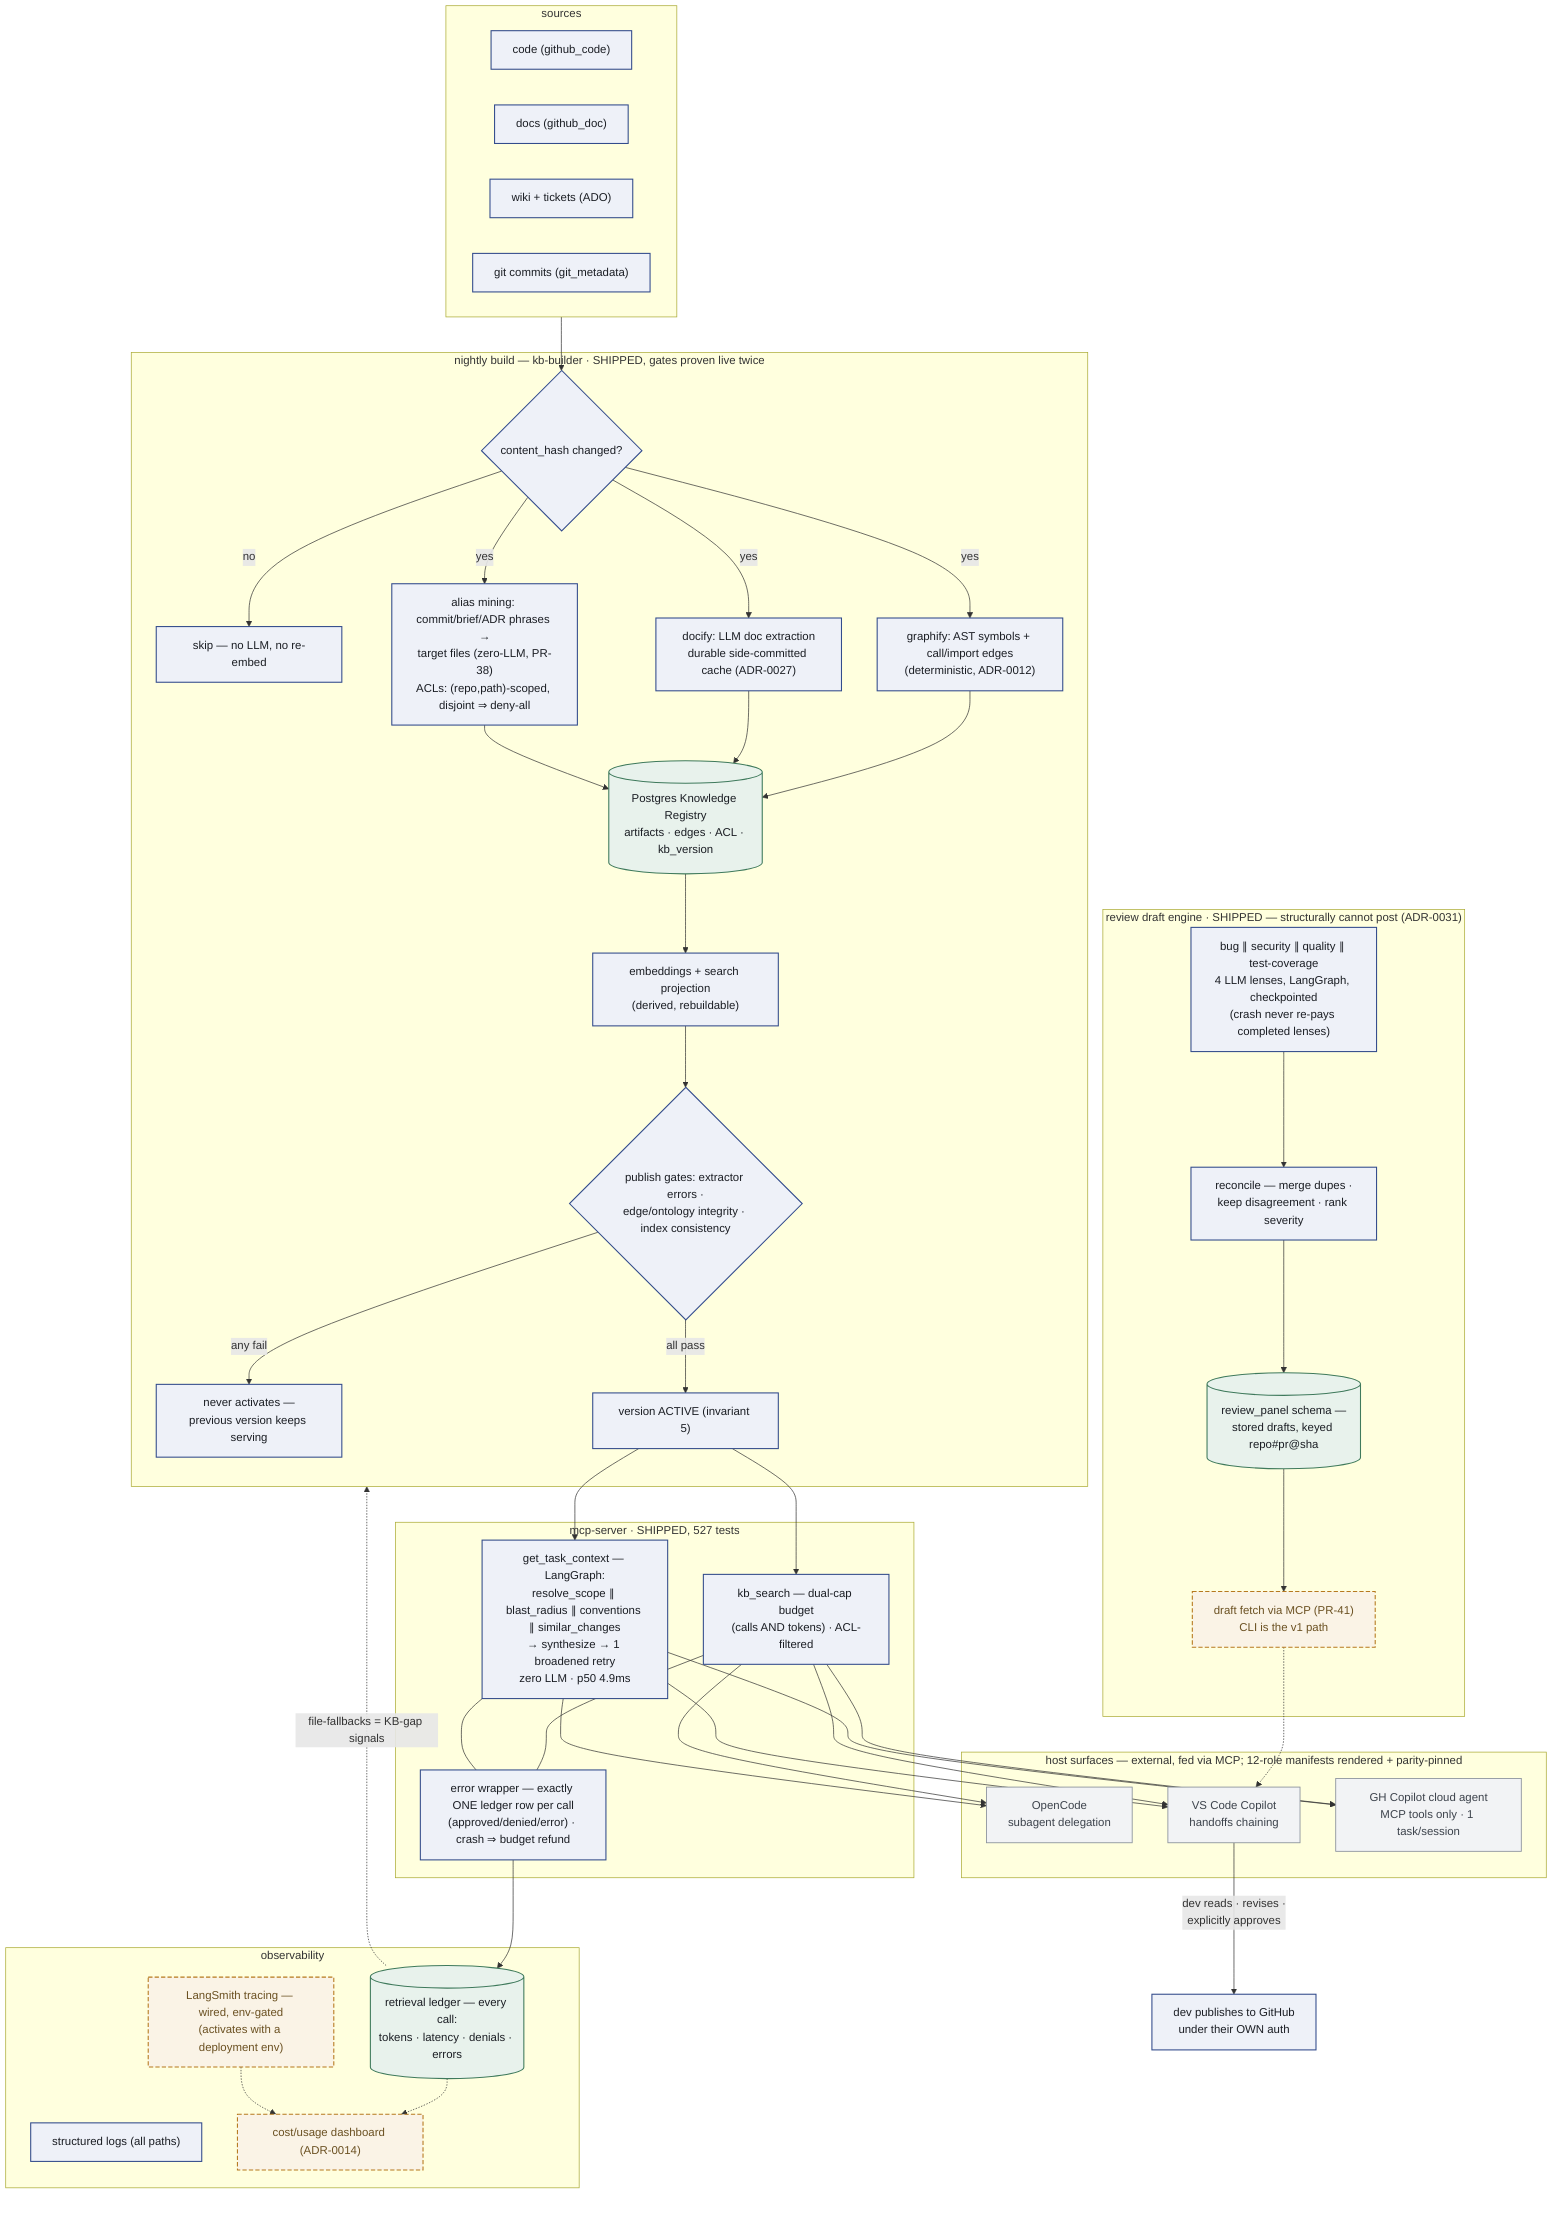
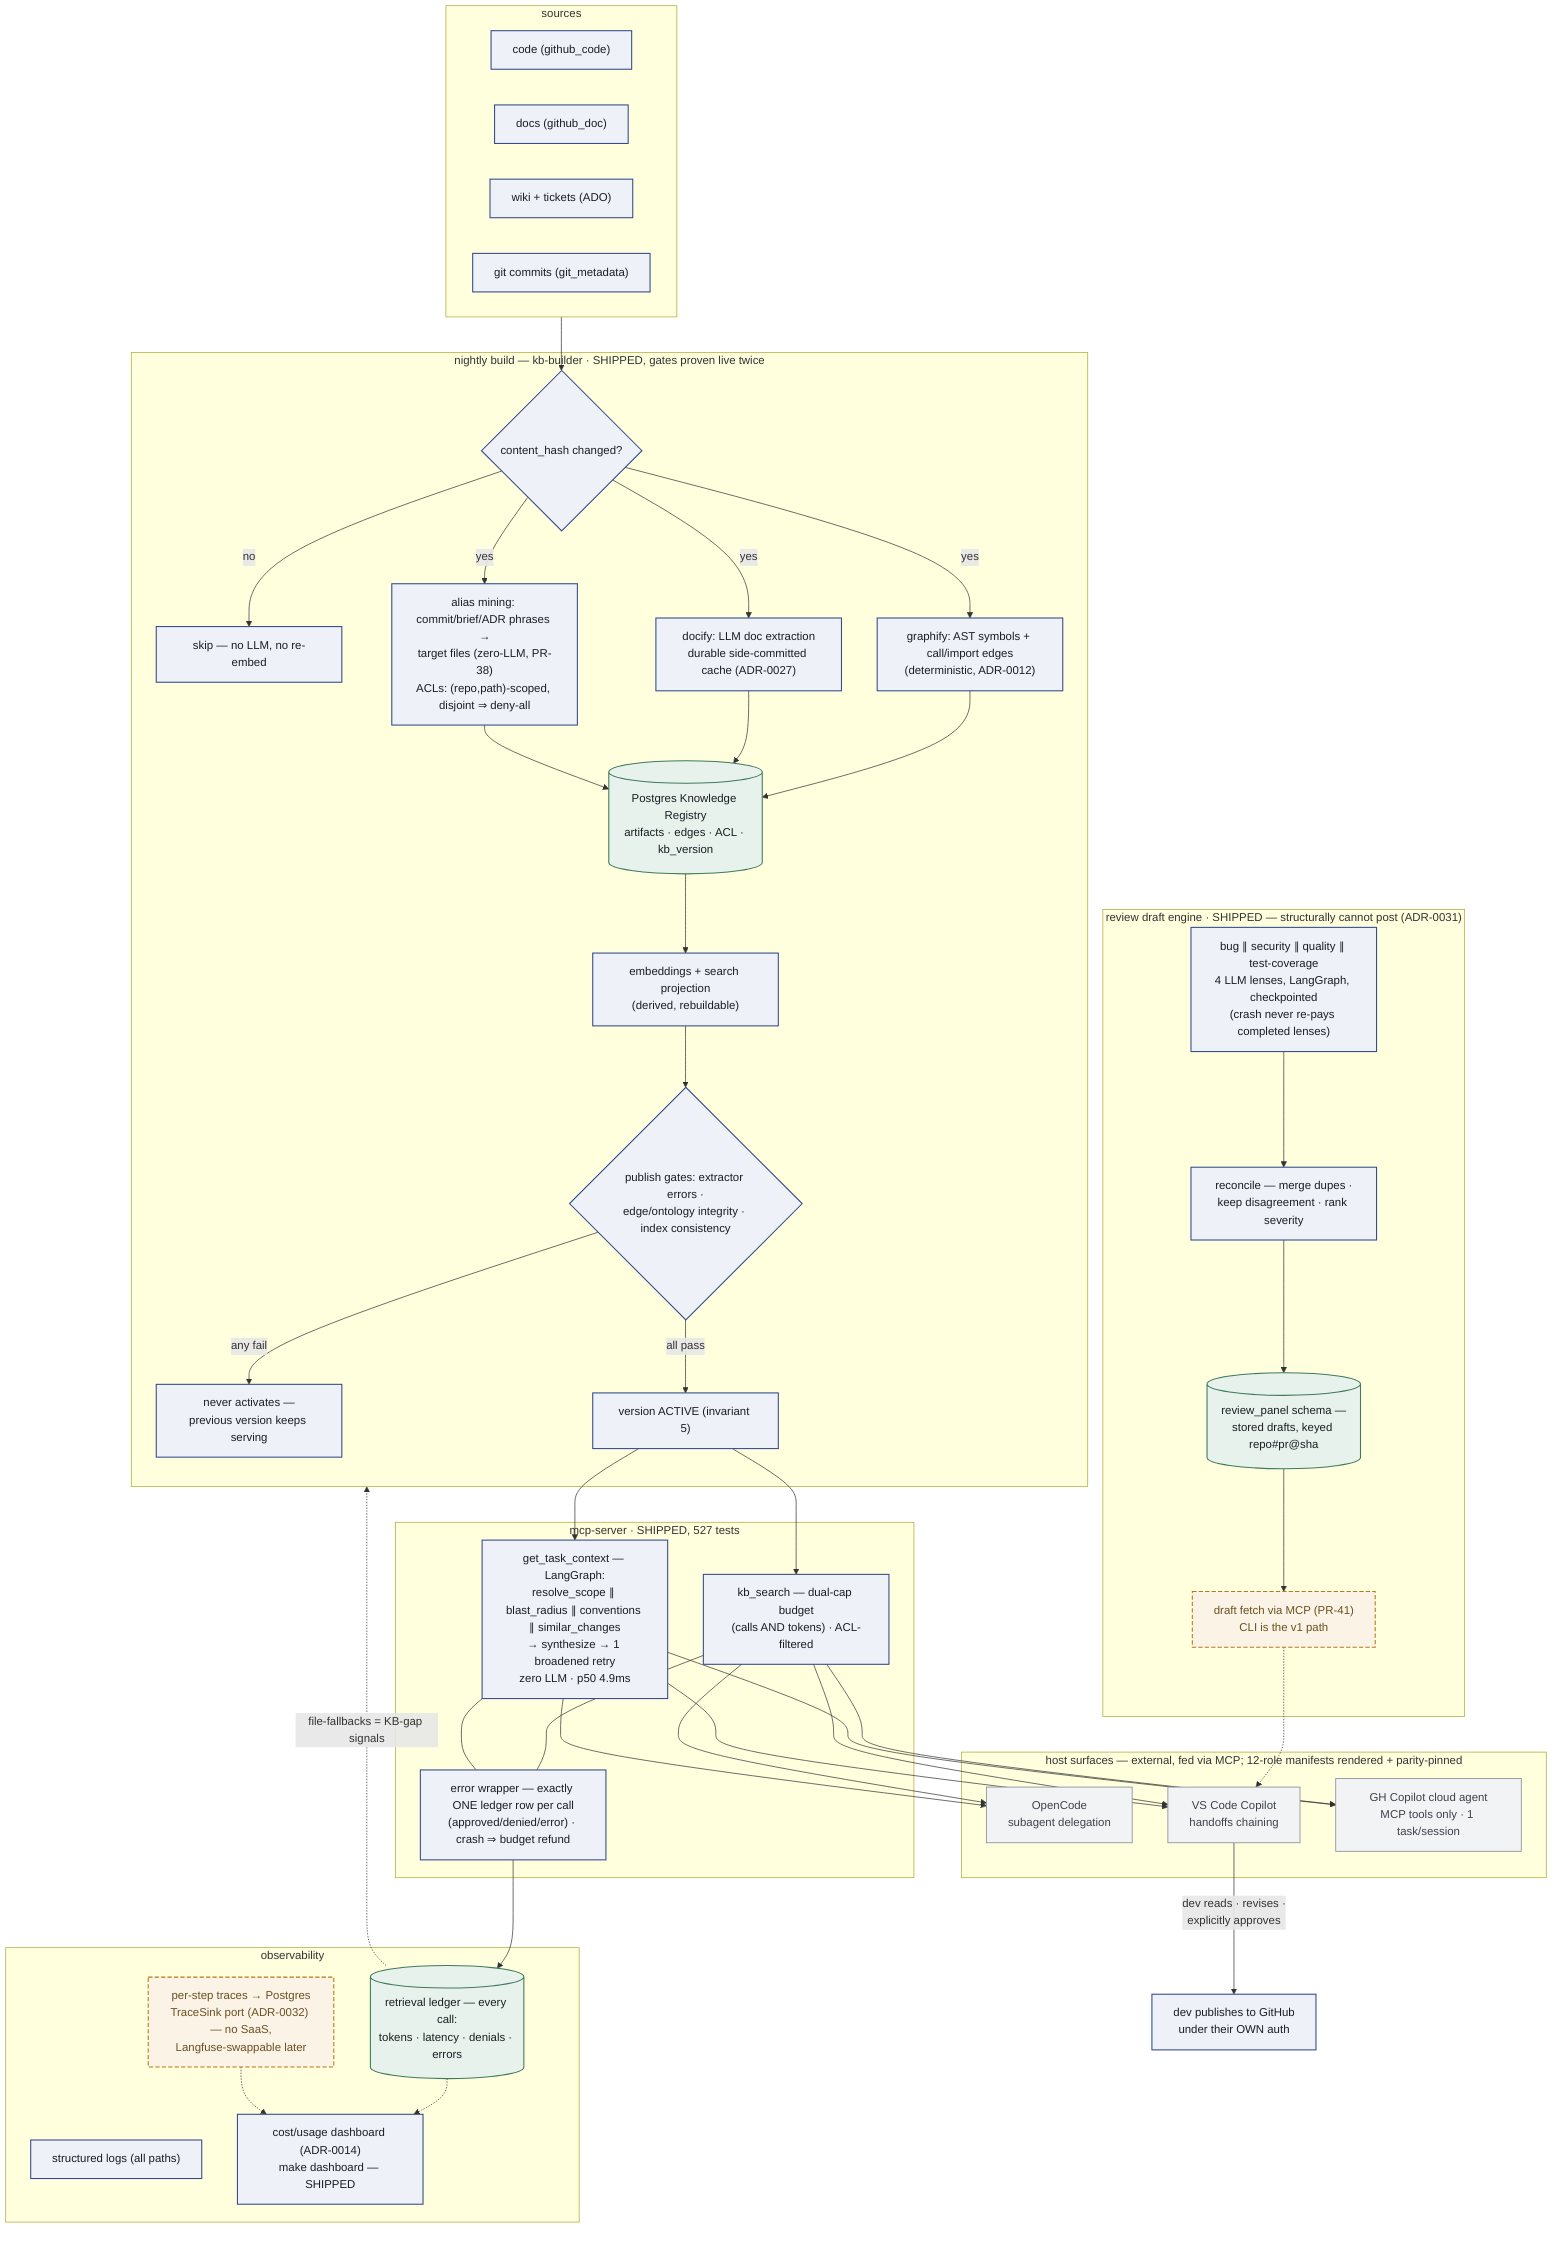
flowchart TD
    classDef shipped fill:#eef1f8,stroke:#334c8c,stroke-width:1.5px,color:#1b1e24
    classDef planned fill:#faf3e6,stroke:#b6791f,stroke-width:1.5px,stroke-dasharray:6 3,color:#6b5122
    classDef external fill:#f2f3f5,stroke:#8a919c,stroke-width:1.2px,color:#3d434c
    classDef store fill:#e8f2ec,stroke:#3f7a5c,stroke-width:1.5px,color:#1b1e24

    subgraph SRCS["sources"]
        CODE["code (github_code)"]:::shipped
        DOCS["docs (github_doc)"]:::shipped
        WIKI["wiki + tickets (ADO)"]:::shipped
        GITM["git commits (git_metadata)"]:::shipped
    end

    subgraph BUILD["nightly build — kb-builder · SHIPPED, gates proven live twice"]
        HASH{"content_hash changed?"}:::shipped
        SKIP["skip — no LLM, no re-embed"]:::shipped
        GRAPHIFY["graphify: AST symbols + call/import edges<br/>(deterministic, ADR-0012)"]:::shipped
        DOCIFY["docify: LLM doc extraction<br/>durable side-committed cache (ADR-0027)"]:::shipped
        ALIAS["alias mining: commit/brief/ADR phrases →<br/>target files (zero-LLM, PR-38)<br/>ACLs: (repo,path)-scoped, disjoint ⇒ deny-all"]:::shipped
        REG[("Postgres Knowledge Registry<br/>artifacts · edges · ACL · kb_version")]:::store
        EMB["embeddings + search projection<br/>(derived, rebuildable)"]:::shipped
        GATES{"publish gates: extractor errors ·<br/>edge/ontology integrity · index consistency"}:::shipped
        KEEP["never activates —<br/>previous version keeps serving"]:::shipped
        ACT["version ACTIVE (invariant 5)"]:::shipped
    end

    SRCS --> HASH
    HASH -- no --> SKIP
    HASH -- yes --> GRAPHIFY & DOCIFY & ALIAS
    GRAPHIFY --> REG
    DOCIFY --> REG
    ALIAS --> REG
    REG --> EMB --> GATES
    GATES -- any fail --> KEEP
    GATES -- all pass --> ACT

    subgraph MCP["mcp-server · SHIPPED, 527 tests"]
        KBS["kb_search — dual-cap budget<br/>(calls AND tokens) · ACL-filtered"]:::shipped
        GTC["get_task_context — LangGraph:<br/>resolve_scope ∥ blast_radius ∥ conventions ∥ similar_changes<br/>→ synthesize → 1 broadened retry<br/>zero LLM · p50 4.9ms"]:::shipped
        WRAP["error wrapper — exactly ONE ledger row per call<br/>(approved/denied/error) · crash ⇒ budget refund"]:::shipped
    end
    ACT --> KBS & GTC
    KBS --- WRAP
    GTC --- WRAP

    subgraph OBS["observability"]
        LED[("retrieval ledger — every call:<br/>tokens · latency · denials · errors")]:::store
        LOGS["structured logs (all paths)"]:::shipped
-         LSMITH["LangSmith tracing — wired, env-gated<br/>(activates with a deployment env)"]:::planned
-         DASH["cost/usage dashboard (ADR-0014)"]:::planned
+         TRACE["per-step traces → Postgres<br/>TraceSink port (ADR-0032) — no SaaS,<br/>Langfuse-swappable later"]:::planned
+         DASH["cost/usage dashboard (ADR-0014)<br/>make dashboard — SHIPPED"]:::shipped
    end
    WRAP --> LED
    LED -.-> DASH
-     LSMITH -.-> DASH
+     TRACE -.-> DASH

    subgraph HOSTS["host surfaces — external, fed via MCP; 12-role manifests rendered + parity-pinned"]
        OC["OpenCode<br/>subagent delegation"]:::external
        CP["VS Code Copilot<br/>handoffs chaining"]:::external
        GH["GH Copilot cloud agent<br/>MCP tools only · 1 task/session"]:::external
    end
    KBS --> OC & CP & GH
    GTC --> OC & CP & GH

    subgraph REVIEW["review draft engine · SHIPPED — structurally cannot post (ADR-0031)"]
        LENSES["bug ∥ security ∥ quality ∥ test-coverage<br/>4 LLM lenses, LangGraph, checkpointed<br/>(crash never re-pays completed lenses)"]:::shipped
        RECON["reconcile — merge dupes ·<br/>keep disagreement · rank severity"]:::shipped
        DSTORE[("review_panel schema —<br/>stored drafts, keyed repo#pr@sha")]:::store
        FETCH["draft fetch via MCP (PR-41)<br/>CLI is the v1 path"]:::planned
    end
    LENSES --> RECON --> DSTORE
    DSTORE --> FETCH -.-> CP

    CP -- "dev reads · revises ·<br/>explicitly approves" --> PUB["dev publishes to GitHub<br/>under their OWN auth"]:::shipped
    LED -. "file-fallbacks = KB-gap signals" .-> BUILD
